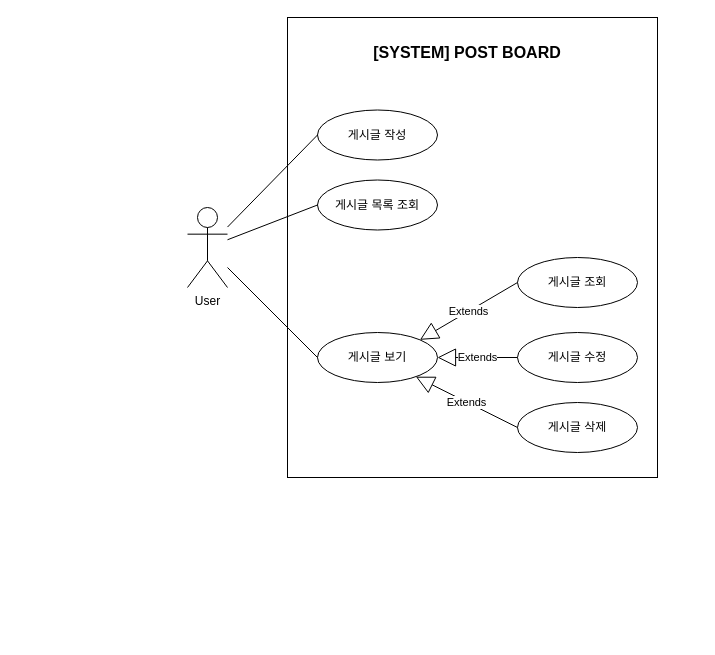
zomeong/Post-Borad keeps this draw.io diagram as Usecase-Diagram.drawio. Above is the earlier version. Source tidied: cells renumbered, new cells numbered last; positions are measured from the earlier drawing's top-left corner, leaving out a move shared by most shapes. Both pictures are drawn from the tidied source at 100%, with x=0, y=0 at pixel (187, 17).
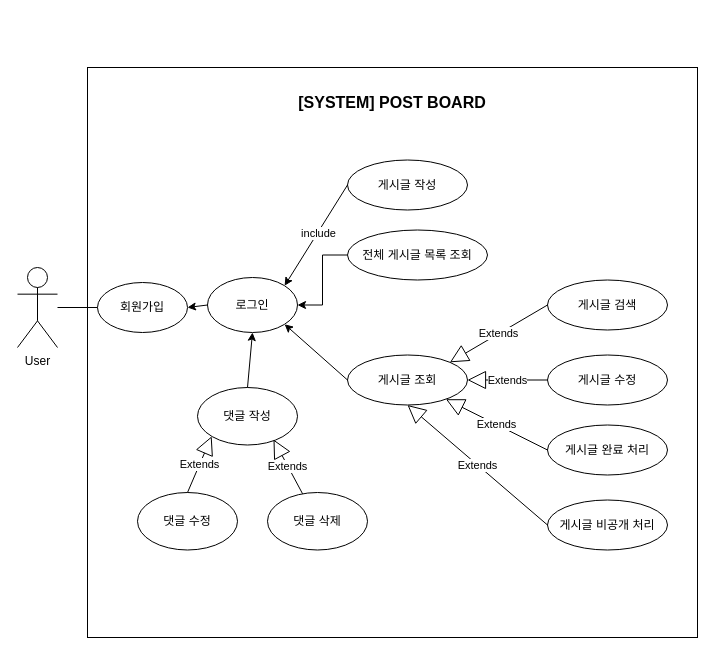
After the change.

Change to the diagram source:
```diff
@@
     <mxCell id="2" value="&lt;p style=&quot;&quot;&gt;&lt;br&gt;&lt;/p&gt;" style="rounded=0;whiteSpace=wrap;html=1;align=center;" parent="1" vertex="1">
-      <mxGeometry x="100" width="370" height="460" as="geometry" />
+      <mxGeometry x="-100" y="50" width="610" height="570" as="geometry" />
     </mxCell>
     <mxCell id="3" value="&lt;b style=&quot;border-color: var(--border-color); background-color: initial; font-size: 16px;&quot;&gt;[SYSTEM] POST BOARD&lt;/b&gt;" style="text;html=1;strokeColor=none;fillColor=none;align=center;verticalAlign=middle;whiteSpace=wrap;rounded=0;" parent="1" vertex="1">
-      <mxGeometry x="135" y="20" width="290" height="30" as="geometry" />
+      <mxGeometry x="60" y="70" width="290" height="30" as="geometry" />
     </mxCell>
     <mxCell id="4" value="게시글 작성" style="ellipse;whiteSpace=wrap;html=1;" parent="1" vertex="1">
-      <mxGeometry x="130" y="92.5" width="120" height="50" as="geometry" />
+      <mxGeometry x="160" y="142.5" width="120" height="50" as="geometry" />
     </mxCell>
+    <mxCell id="17" style="edgeStyle=orthogonalEdgeStyle;rounded=0;jettySize=auto;html=1;exitX=0;exitY=0.5;exitDx=0;exitDy=0;" parent="1" edge="1" source="5" target="20">
+      <mxGeometry relative="1" as="geometry" />
+    </mxCell>
-    <mxCell id="5" value="게시글 목록 조회" style="ellipse;whiteSpace=wrap;html=1;" parent="1" vertex="1">
-      <mxGeometry x="130" y="162.5" width="120" height="50" as="geometry" />
+    <mxCell id="5" value="전체 게시글 목록 조회" style="ellipse;whiteSpace=wrap;html=1;" parent="1" vertex="1">
+      <mxGeometry x="160" y="212.5" width="140" height="50" as="geometry" />
     </mxCell>
-    <mxCell id="6" value="게시글 조회" style="ellipse;whiteSpace=wrap;html=1;" parent="1" vertex="1">
-      <mxGeometry x="330" y="240" width="120" height="50" as="geometry" />
+    <mxCell id="6" value="게시글 검색" style="ellipse;whiteSpace=wrap;html=1;" parent="1" vertex="1">
+      <mxGeometry x="360" y="262.5" width="120" height="50" as="geometry" />
     </mxCell>
     <mxCell id="7" value="게시글 수정" style="ellipse;whiteSpace=wrap;html=1;" parent="1" vertex="1">
-      <mxGeometry x="330" y="315" width="120" height="50" as="geometry" />
+      <mxGeometry x="360" y="337.5" width="120" height="50" as="geometry" />
     </mxCell>
-    <mxCell id="8" value="게시글 삭제" style="ellipse;whiteSpace=wrap;html=1;" parent="1" vertex="1">
-      <mxGeometry x="330" y="385" width="120" height="50" as="geometry" />
+    <mxCell id="8" value="게시글 완료 처리" style="ellipse;whiteSpace=wrap;html=1;" parent="1" vertex="1">
+      <mxGeometry x="360" y="407.5" width="120" height="50" as="geometry" />
     </mxCell>
-    <mxCell id="9" value="게시글 보기" style="ellipse;whiteSpace=wrap;html=1;" parent="1" vertex="1">
-      <mxGeometry x="130" y="315" width="120" height="50" as="geometry" />
+    <mxCell id="9" value="게시글 조회" style="ellipse;whiteSpace=wrap;html=1;" parent="1" vertex="1">
+      <mxGeometry x="160" y="337.5" width="120" height="50" as="geometry" />
     </mxCell>
     <mxCell id="10" value="User" style="shape=umlActor;verticalLabelPosition=bottom;verticalAlign=top;html=1;outlineConnect=0;" parent="1" vertex="1">
-      <mxGeometry y="190" width="40" height="80" as="geometry" />
+      <mxGeometry x="-170" y="250" width="40" height="80" as="geometry" />
     </mxCell>
-    <mxCell id="11" style="endArrow=none;html=1;rounded=0;entryX=0;entryY=0.5;entryDx=0;entryDy=0;" parent="1" edge="1" source="10" target="9">
-      <mxGeometry relative="1" as="geometry" />
-    </mxCell>
-    <mxCell id="12" style="endArrow=none;html=1;rounded=0;entryX=0;entryY=0.5;entryDx=0;entryDy=0;" parent="1" edge="1" source="10" target="5">
-      <mxGeometry relative="1" as="geometry" />
-    </mxCell>
-    <mxCell id="13" style="endArrow=none;html=1;rounded=0;entryX=0;entryY=0.5;entryDx=0;entryDy=0;" parent="1" edge="1" source="10" target="4">
-      <mxGeometry relative="1" as="geometry" />
-    </mxCell>
@@
+    <mxCell id="18" value="게시글 비공개 처리" style="ellipse;whiteSpace=wrap;html=1;" parent="1" vertex="1">
+      <mxGeometry x="360" y="482.5" width="120" height="50" as="geometry" />
+    </mxCell>
+    <mxCell id="19" value="Extends" style="endArrow=block;endSize=16;endFill=0;html=1;rounded=0;exitX=0;exitY=0.5;exitDx=0;exitDy=0;entryX=0.5;entryY=1;entryDx=0;entryDy=0;" parent="1" edge="1" source="18" target="9">
+      <mxGeometry relative="1" as="geometry" />
+    </mxCell>
+    <mxCell id="20" value="로그인" style="ellipse;whiteSpace=wrap;html=1;" parent="1" vertex="1">
+      <mxGeometry x="20" y="260" width="90" height="55" as="geometry" />
+    </mxCell>
+    <mxCell id="21" value="회원가입" style="ellipse;whiteSpace=wrap;html=1;" parent="1" vertex="1">
+      <mxGeometry x="-90" y="265" width="90" height="50" as="geometry" />
+    </mxCell>
+    <mxCell id="22" style="endArrow=classic;html=1;rounded=0;entryX=1;entryY=1;entryDx=0;entryDy=0;exitX=0;exitY=0.5;exitDx=0;exitDy=0;" parent="1" edge="1" source="9" target="20">
+      <mxGeometry relative="1" as="geometry" />
+    </mxCell>
+    <mxCell id="23" style="endArrow=classic;html=1;rounded=0;exitX=0;exitY=0.5;exitDx=0;exitDy=0;entryX=1;entryY=0;entryDx=0;entryDy=0;" parent="1" edge="1" source="4" target="20">
+      <mxGeometry relative="1" as="geometry" />
+    </mxCell>
+    <mxCell id="24" value="include" style="edgeLabel;html=1;align=center;verticalAlign=middle;" parent="23" vertex="1">
+      <mxGeometry x="-0.05" relative="1" as="geometry" />
+    </mxCell>
+    <mxCell id="25" style="endArrow=classic;html=1;rounded=0;exitX=0;exitY=0.5;exitDx=0;exitDy=0;entryX=1;entryY=0.5;entryDx=0;entryDy=0;" parent="1" edge="1" source="20" target="21">
+      <mxGeometry relative="1" as="geometry" />
+    </mxCell>
+    <mxCell id="26" style="endArrow=none;html=1;rounded=0;entryX=0;entryY=0.5;entryDx=0;entryDy=0;" parent="1" edge="1" source="10" target="21">
+      <mxGeometry relative="1" as="geometry" />
+    </mxCell>
+    <mxCell id="27" value="댓글 작성" style="ellipse;whiteSpace=wrap;html=1;" parent="1" vertex="1">
+      <mxGeometry x="10" y="370" width="100" height="57.5" as="geometry" />
+    </mxCell>
+    <mxCell id="28" style="endArrow=classic;html=1;rounded=0;exitX=0.5;exitY=0;exitDx=0;exitDy=0;entryX=0.5;entryY=1;entryDx=0;entryDy=0;" parent="1" edge="1" source="27" target="20">
+      <mxGeometry relative="1" as="geometry" />
+    </mxCell>
+    <mxCell id="29" value="댓글 수정" style="ellipse;whiteSpace=wrap;html=1;" parent="1" vertex="1">
+      <mxGeometry x="-50" y="475" width="100" height="57.5" as="geometry" />
+    </mxCell>
+    <mxCell id="30" value="댓글 삭제" style="ellipse;whiteSpace=wrap;html=1;" parent="1" vertex="1">
+      <mxGeometry x="80" y="475" width="100" height="57.5" as="geometry" />
+    </mxCell>
+    <mxCell id="31" value="Extends" style="endArrow=block;endSize=16;endFill=0;html=1;rounded=0;entryX=0.76;entryY=0.904;entryDx=0;entryDy=0;entryPerimeter=0;" parent="1" edge="1" source="30" target="27">
+      <mxGeometry relative="1" as="geometry" />
+    </mxCell>
+    <mxCell id="32" value="Extends" style="endArrow=block;endSize=16;endFill=0;html=1;rounded=0;entryX=0;entryY=1;entryDx=0;entryDy=0;exitX=0.5;exitY=0;exitDx=0;exitDy=0;" parent="1" edge="1" source="29" target="27">
+      <mxGeometry relative="1" as="geometry" />
+    </mxCell>
```
